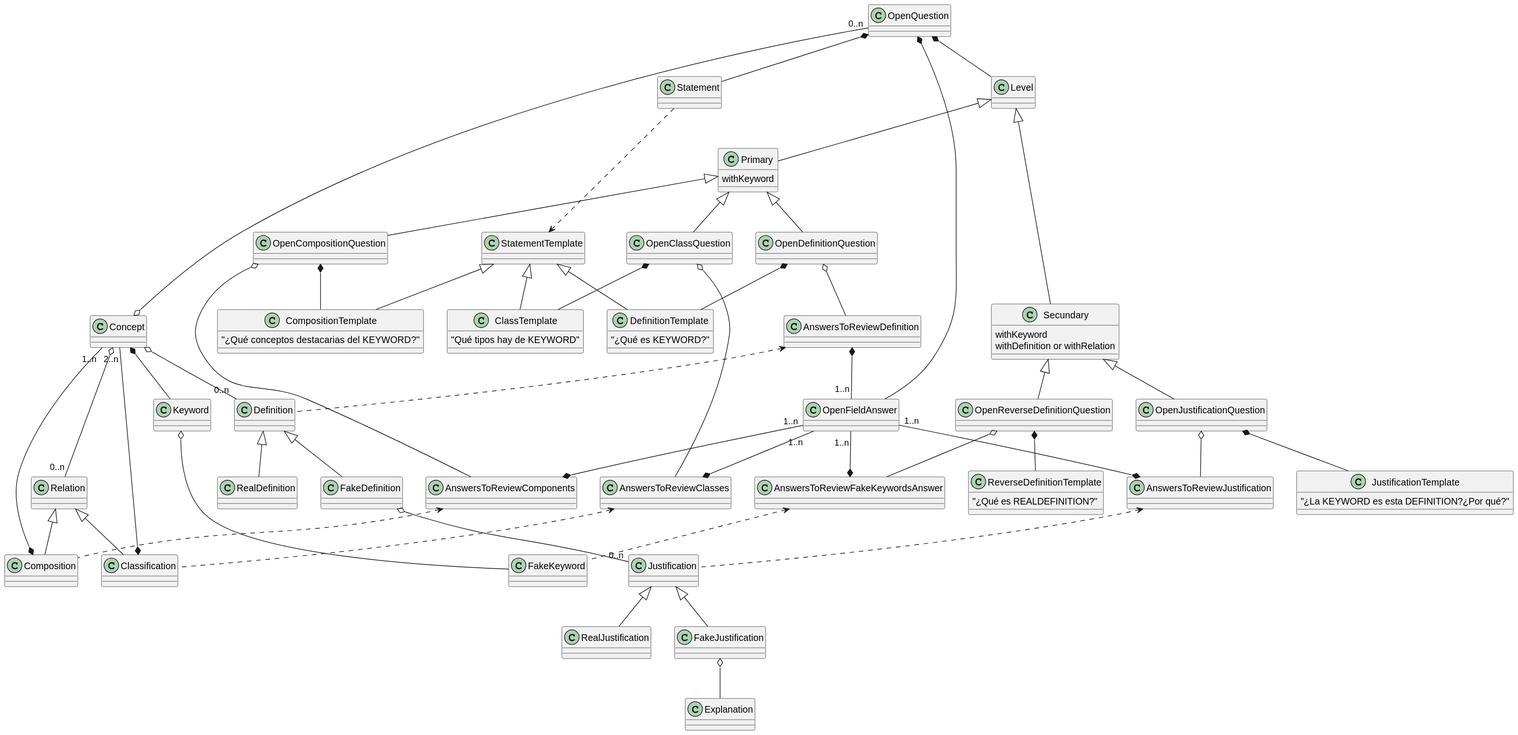
Earlier version of the PlantUML export out/doc/dominio_detail_concept/ConceptDomainDetail.svg (Joselon/ProyectoOpoTest).
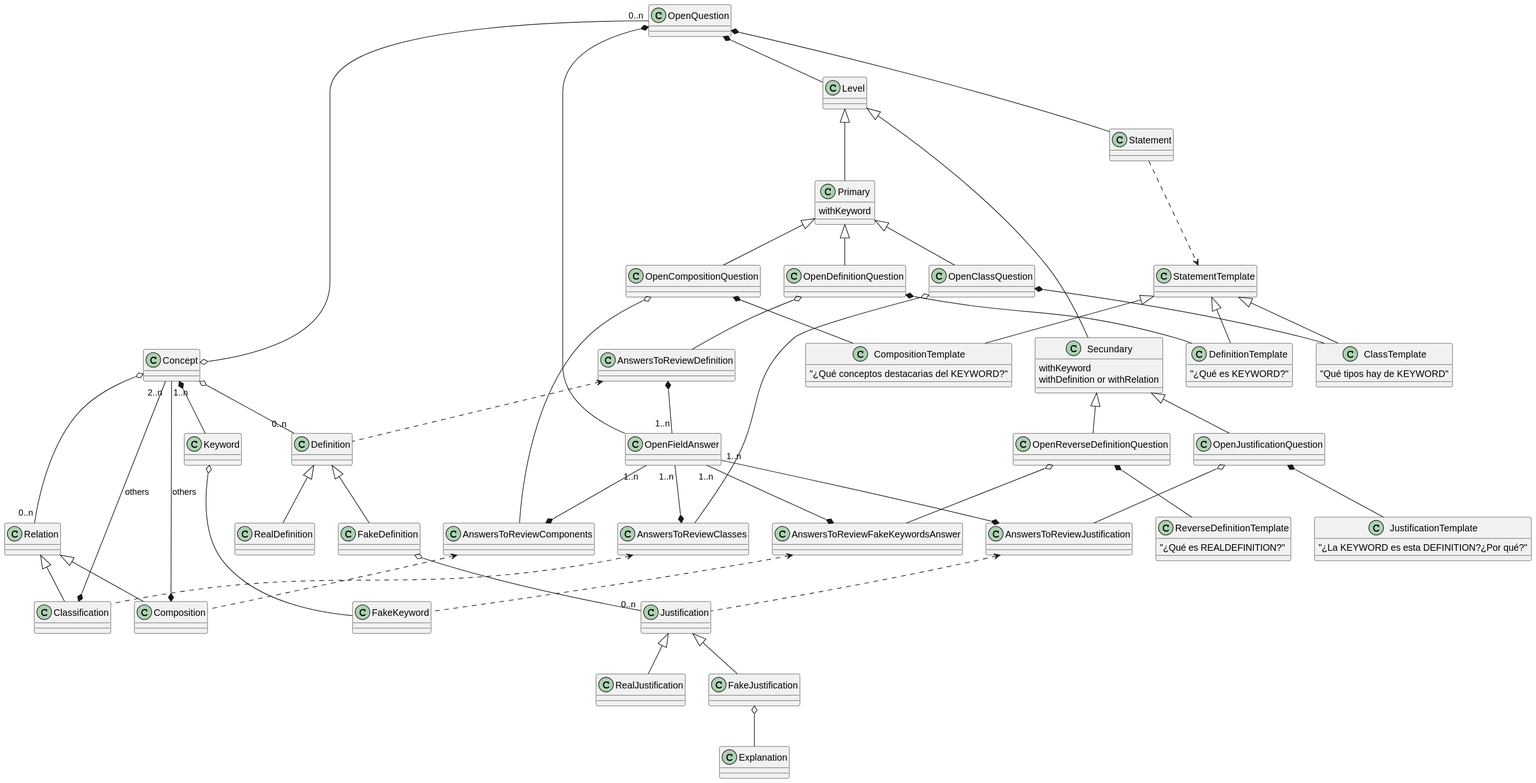
Later version of the same file.

Change to the diagram source:
```diff
@@ -100,8 +100,8 @@
 Concept o-- "0..n" Relation
 Relation <|-- Classification
 Relation <|-- Composition
-Classification *-- "2..n" Concept
-Composition *-- "1..n" Concept
+Classification *-- "2..n" Concept: others
+Composition *-- "1..n" Concept: others
 
 
 OpenQuestion *-- Level
```
